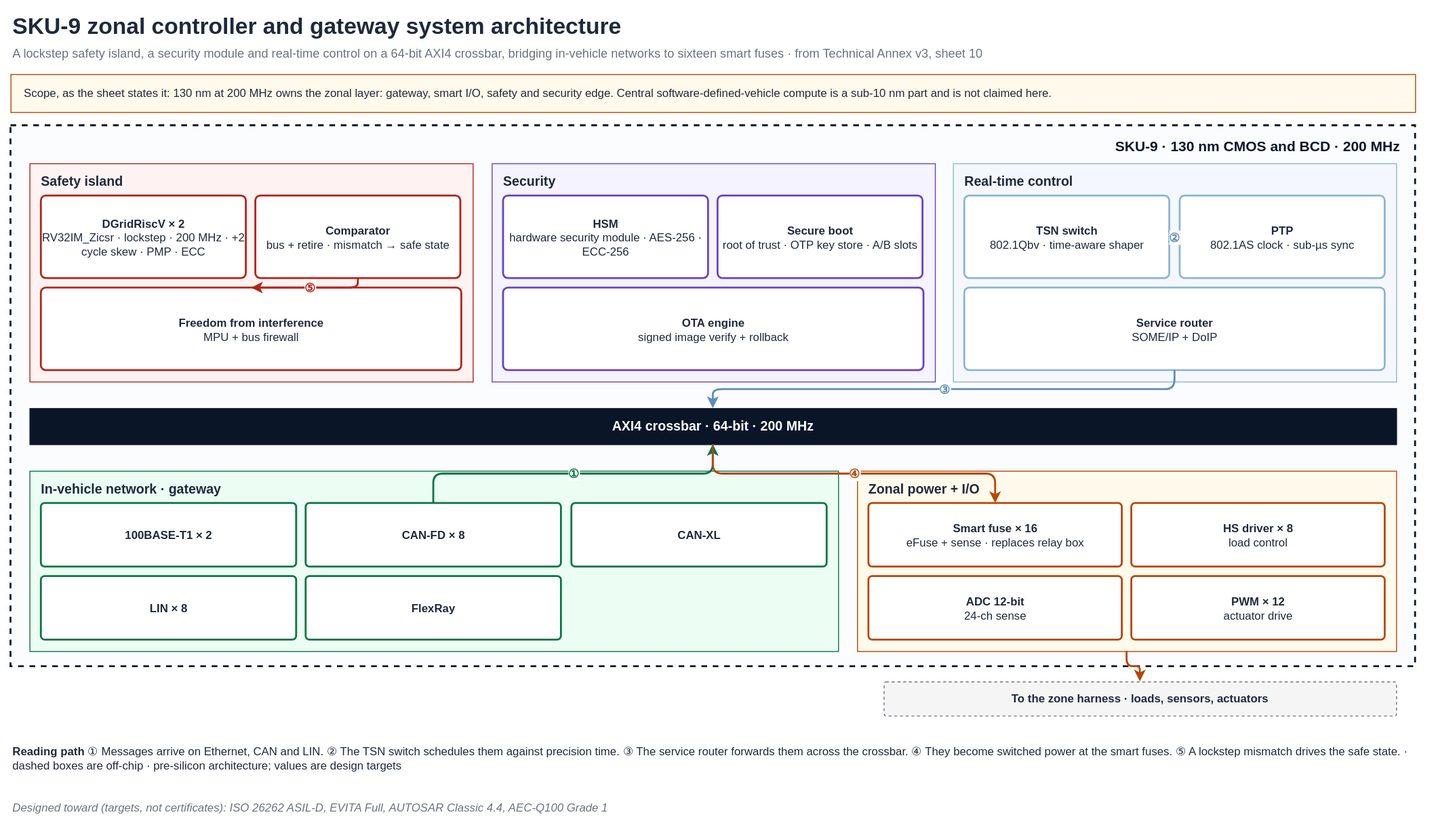
Earlier version of the draw.io export public/diagrams/sku-9-architecture.svg (shekerkamma/deepgrid-dr-silicon-v10). Source tidied: cells renumbered, new cells last; positions are measured from the earlier drawing's top-left corner, leaving out a move shared by most shapes. Its diagram source:
```xml
<mxGraphModel background="#FFFFFF">
  <root>
    <mxCell id="0" />
    <mxCell id="1" parent="0" />
    <mxCell id="2" value="SKU-9 zonal controller and gateway system architecture" style="text;html=1;align=left;verticalAlign=middle;whiteSpace=wrap;fontSize=24;fontColor=#1E293B;fontStyle=1;" parent="1" vertex="1">
      <mxGeometry width="1200" height="36" as="geometry" />
    </mxCell>
    <mxCell id="3" value="A lockstep safety island, a security module and real-time control on a 64-bit AXI4 crossbar, bridging in-vehicle networks to sixteen smart fuses · from Technical Annex v3, sheet 10" style="text;html=1;align=left;verticalAlign=middle;whiteSpace=wrap;fontSize=13;fontColor=#6B7280;" parent="1" vertex="1">
      <mxGeometry y="34" width="1480" height="24" as="geometry" />
    </mxCell>
    <mxCell id="4" value="SKU-9  ·  130 nm CMOS and BCD  ·  200 MHz" style="rounded=0;whiteSpace=wrap;html=1;fillColor=#FBFCFE;strokeColor=#0A1628;strokeWidth=2;dashed=1;verticalAlign=top;align=right;spacingRight=14;spacingTop=6;fontSize=15;fontStyle=1;fontColor=#0A1628;" parent="1" vertex="1">
      <mxGeometry y="122" width="1480" height="570" as="geometry" />
    </mxCell>
    <mxCell id="5" value="Scope, as the sheet states it: 130 nm at 200 MHz owns the zonal layer: gateway, smart I/O, safety and security edge. Central software-defined-vehicle compute is a sub-10 nm part and is not claimed here." style="rounded=0;whiteSpace=wrap;html=1;fillColor=#FFFAEB;strokeColor=#B54708;align=left;spacingLeft=12;fontSize=12;fontColor=#1E293B;" parent="1" vertex="1">
      <mxGeometry y="68" width="1480" height="40" as="geometry" />
    </mxCell>
    <mxCell id="6" value="Safety island" style="rounded=0;whiteSpace=wrap;html=1;fillColor=#FEF3F2;strokeColor=#B42318;verticalAlign=top;align=left;spacingLeft=10;spacingTop=4;fontSize=14;fontStyle=1;fontColor=#1E293B;" parent="1" vertex="1">
      <mxGeometry x="20" y="162" width="467" height="230" as="geometry" />
    </mxCell>
    <mxCell id="7" value="&lt;b&gt;DGridRiscV × 2&lt;/b&gt;&lt;br&gt;RV32IM_Zicsr · lockstep · 200 MHz · +2 cycle skew · PMP · ECC" style="rounded=1;whiteSpace=wrap;html=1;fillColor=#FFFFFF;strokeColor=#B42318;strokeWidth=2;fontSize=12;fontColor=#1E293B;arcSize=6;" parent="1" vertex="1">
      <mxGeometry x="32" y="196" width="216" height="87" as="geometry" />
    </mxCell>
    <mxCell id="8" value="&lt;b&gt;Comparator&lt;/b&gt;&lt;br&gt;bus + retire · mismatch → safe state" style="rounded=1;whiteSpace=wrap;html=1;fillColor=#FFFFFF;strokeColor=#B42318;strokeWidth=2;fontSize=12;fontColor=#1E293B;arcSize=6;" parent="1" vertex="1">
      <mxGeometry x="258" y="196" width="216" height="87" as="geometry" />
    </mxCell>
    <mxCell id="9" value="&lt;b&gt;Freedom from interference&lt;/b&gt;&lt;br&gt;MPU + bus firewall" style="rounded=1;whiteSpace=wrap;html=1;fillColor=#FFFFFF;strokeColor=#B42318;strokeWidth=2;fontSize=12;fontColor=#1E293B;arcSize=6;" parent="1" vertex="1">
      <mxGeometry x="32" y="293" width="443" height="87" as="geometry" />
    </mxCell>
    <mxCell id="10" value="Security" style="rounded=0;whiteSpace=wrap;html=1;fillColor=#F4F3FF;strokeColor=#6941C6;verticalAlign=top;align=left;spacingLeft=10;spacingTop=4;fontSize=14;fontStyle=1;fontColor=#1E293B;" parent="1" vertex="1">
      <mxGeometry x="507" y="162" width="467" height="230" as="geometry" />
    </mxCell>
    <mxCell id="11" value="&lt;b&gt;HSM&lt;/b&gt;&lt;br&gt;hardware security module · AES-256 · ECC-256" style="rounded=1;whiteSpace=wrap;html=1;fillColor=#FFFFFF;strokeColor=#6941C6;strokeWidth=2;fontSize=12;fontColor=#1E293B;arcSize=6;" parent="1" vertex="1">
      <mxGeometry x="519" y="196" width="216" height="87" as="geometry" />
    </mxCell>
    <mxCell id="12" value="&lt;b&gt;Secure boot&lt;/b&gt;&lt;br&gt;root of trust · OTP key store · A/B slots" style="rounded=1;whiteSpace=wrap;html=1;fillColor=#FFFFFF;strokeColor=#6941C6;strokeWidth=2;fontSize=12;fontColor=#1E293B;arcSize=6;" parent="1" vertex="1">
      <mxGeometry x="745" y="196" width="216" height="87" as="geometry" />
    </mxCell>
    <mxCell id="13" value="&lt;b&gt;OTA engine&lt;/b&gt;&lt;br&gt;signed image verify + rollback" style="rounded=1;whiteSpace=wrap;html=1;fillColor=#FFFFFF;strokeColor=#6941C6;strokeWidth=2;fontSize=12;fontColor=#1E293B;arcSize=6;" parent="1" vertex="1">
      <mxGeometry x="519" y="293" width="443" height="87" as="geometry" />
    </mxCell>
    <mxCell id="14" value="Real-time control" style="rounded=0;whiteSpace=wrap;html=1;fillColor=#F4F8FE;strokeColor=#8DB4D4;verticalAlign=top;align=left;spacingLeft=10;spacingTop=4;fontSize=14;fontStyle=1;fontColor=#1E293B;" parent="1" vertex="1">
      <mxGeometry x="993" y="162" width="467" height="230" as="geometry" />
    </mxCell>
    <mxCell id="15" value="&lt;b&gt;TSN switch&lt;/b&gt;&lt;br&gt;802.1Qbv · time-aware shaper" style="rounded=1;whiteSpace=wrap;html=1;fillColor=#FFFFFF;strokeColor=#8DB4D4;strokeWidth=2;fontSize=12;fontColor=#1E293B;arcSize=6;" parent="1" vertex="1">
      <mxGeometry x="1005" y="196" width="216" height="87" as="geometry" />
    </mxCell>
    <mxCell id="16" value="&lt;b&gt;PTP&lt;/b&gt;&lt;br&gt;802.1AS clock · sub-µs sync" style="rounded=1;whiteSpace=wrap;html=1;fillColor=#FFFFFF;strokeColor=#8DB4D4;strokeWidth=2;fontSize=12;fontColor=#1E293B;arcSize=6;" parent="1" vertex="1">
      <mxGeometry x="1232" y="196" width="216" height="87" as="geometry" />
    </mxCell>
    <mxCell id="17" value="&lt;b&gt;Service router&lt;/b&gt;&lt;br&gt;SOME/IP + DoIP" style="rounded=1;whiteSpace=wrap;html=1;fillColor=#FFFFFF;strokeColor=#8DB4D4;strokeWidth=2;fontSize=12;fontColor=#1E293B;arcSize=6;" parent="1" vertex="1">
      <mxGeometry x="1005" y="293" width="443" height="87" as="geometry" />
    </mxCell>
    <mxCell id="18" value="&lt;b&gt;AXI4 crossbar  ·  64-bit  ·  200 MHz&lt;/b&gt;" style="rounded=0;whiteSpace=wrap;html=1;fillColor=#0A1628;strokeColor=#0A1628;fontSize=14;fontColor=#FFFFFF;" parent="1" vertex="1">
      <mxGeometry x="20" y="420" width="1440" height="38" as="geometry" />
    </mxCell>
    <mxCell id="19" value="In-vehicle network · gateway" style="rounded=0;whiteSpace=wrap;html=1;fillColor=#ECFDF3;strokeColor=#067647;verticalAlign=top;align=left;spacingLeft=10;spacingTop=4;fontSize=14;fontStyle=1;fontColor=#1E293B;" parent="1" vertex="1">
      <mxGeometry x="20" y="486" width="852" height="190" as="geometry" />
    </mxCell>
    <mxCell id="20" value="&lt;b&gt;100BASE-T1 × 2&lt;/b&gt;" style="rounded=1;whiteSpace=wrap;html=1;fillColor=#FFFFFF;strokeColor=#067647;strokeWidth=2;fontSize=12;fontColor=#1E293B;arcSize=6;" parent="1" vertex="1">
      <mxGeometry x="32" y="520" width="269" height="67" as="geometry" />
    </mxCell>
    <mxCell id="21" value="&lt;b&gt;CAN-FD × 8&lt;/b&gt;" style="rounded=1;whiteSpace=wrap;html=1;fillColor=#FFFFFF;strokeColor=#067647;strokeWidth=2;fontSize=12;fontColor=#1E293B;arcSize=6;" parent="1" vertex="1">
      <mxGeometry x="311" y="520" width="269" height="67" as="geometry" />
    </mxCell>
    <mxCell id="22" value="&lt;b&gt;CAN-XL&lt;/b&gt;" style="rounded=1;whiteSpace=wrap;html=1;fillColor=#FFFFFF;strokeColor=#067647;strokeWidth=2;fontSize=12;fontColor=#1E293B;arcSize=6;" parent="1" vertex="1">
      <mxGeometry x="591" y="520" width="269" height="67" as="geometry" />
    </mxCell>
    <mxCell id="23" value="&lt;b&gt;LIN × 8&lt;/b&gt;" style="rounded=1;whiteSpace=wrap;html=1;fillColor=#FFFFFF;strokeColor=#067647;strokeWidth=2;fontSize=12;fontColor=#1E293B;arcSize=6;" parent="1" vertex="1">
      <mxGeometry x="32" y="597" width="269" height="67" as="geometry" />
    </mxCell>
    <mxCell id="24" value="&lt;b&gt;FlexRay&lt;/b&gt;" style="rounded=1;whiteSpace=wrap;html=1;fillColor=#FFFFFF;strokeColor=#067647;strokeWidth=2;fontSize=12;fontColor=#1E293B;arcSize=6;" parent="1" vertex="1">
      <mxGeometry x="311" y="597" width="269" height="67" as="geometry" />
    </mxCell>
    <mxCell id="25" value="Zonal power + I/O" style="rounded=0;whiteSpace=wrap;html=1;fillColor=#FFFAEB;strokeColor=#B54708;verticalAlign=top;align=left;spacingLeft=10;spacingTop=4;fontSize=14;fontStyle=1;fontColor=#1E293B;" parent="1" vertex="1">
      <mxGeometry x="892" y="486" width="568" height="190" as="geometry" />
    </mxCell>
    <mxCell id="26" value="&lt;b&gt;Smart fuse × 16&lt;/b&gt;&lt;br&gt;eFuse + sense · replaces relay box" style="rounded=1;whiteSpace=wrap;html=1;fillColor=#FFFFFF;strokeColor=#B54708;strokeWidth=2;fontSize=12;fontColor=#1E293B;arcSize=6;" parent="1" vertex="1">
      <mxGeometry x="904" y="520" width="267" height="67" as="geometry" />
    </mxCell>
    <mxCell id="27" value="&lt;b&gt;HS driver × 8&lt;/b&gt;&lt;br&gt;load control" style="rounded=1;whiteSpace=wrap;html=1;fillColor=#FFFFFF;strokeColor=#B54708;strokeWidth=2;fontSize=12;fontColor=#1E293B;arcSize=6;" parent="1" vertex="1">
      <mxGeometry x="1181" y="520" width="267" height="67" as="geometry" />
    </mxCell>
    <mxCell id="28" value="&lt;b&gt;ADC 12-bit&lt;/b&gt;&lt;br&gt;24-ch sense" style="rounded=1;whiteSpace=wrap;html=1;fillColor=#FFFFFF;strokeColor=#B54708;strokeWidth=2;fontSize=12;fontColor=#1E293B;arcSize=6;" parent="1" vertex="1">
      <mxGeometry x="904" y="597" width="267" height="67" as="geometry" />
    </mxCell>
    <mxCell id="29" value="&lt;b&gt;PWM × 12&lt;/b&gt;&lt;br&gt;actuator drive" style="rounded=1;whiteSpace=wrap;html=1;fillColor=#FFFFFF;strokeColor=#B54708;strokeWidth=2;fontSize=12;fontColor=#1E293B;arcSize=6;" parent="1" vertex="1">
      <mxGeometry x="1181" y="597" width="267" height="67" as="geometry" />
    </mxCell>
    <mxCell id="30" value="&lt;b&gt;To the zone harness · loads, sensors, actuators&lt;/b&gt;" style="rounded=1;whiteSpace=wrap;html=1;fillColor=#F5F5F5;strokeColor=#6B7280;dashed=1;fontSize=12;fontColor=#1E293B;arcSize=6;" parent="1" vertex="1">
      <mxGeometry x="920" y="708" width="540" height="36" as="geometry" />
    </mxCell>
    <mxCell id="31" value="①" style="edgeStyle=orthogonalEdgeStyle;rounded=1;html=1;strokeColor=#067647;strokeWidth=2;fontSize=13;fontStyle=1;fontColor=#067647;labelBackgroundColor=#FFFFFF;" parent="1" edge="1" source="21" target="18">
      <mxGeometry relative="1" as="geometry" />
    </mxCell>
    <mxCell id="32" value="②" style="edgeStyle=orthogonalEdgeStyle;rounded=1;html=1;strokeColor=#5B8DB8;strokeWidth=2;fontSize=13;fontStyle=1;fontColor=#5B8DB8;labelBackgroundColor=#FFFFFF;" parent="1" edge="1" source="15" target="16">
      <mxGeometry relative="1" as="geometry" />
    </mxCell>
    <mxCell id="33" value="③" style="edgeStyle=orthogonalEdgeStyle;rounded=1;html=1;strokeColor=#5B8DB8;strokeWidth=2;fontSize=13;fontStyle=1;fontColor=#5B8DB8;labelBackgroundColor=#FFFFFF;" parent="1" edge="1" source="17" target="18">
      <mxGeometry relative="1" as="geometry" />
    </mxCell>
    <mxCell id="34" value="④" style="edgeStyle=orthogonalEdgeStyle;rounded=1;html=1;strokeColor=#B54708;strokeWidth=2;fontSize=13;fontStyle=1;fontColor=#B54708;labelBackgroundColor=#FFFFFF;" parent="1" edge="1" source="18" target="26">
      <mxGeometry relative="1" as="geometry" />
    </mxCell>
    <mxCell id="35" style="edgeStyle=orthogonalEdgeStyle;rounded=1;html=1;strokeColor=#B54708;strokeWidth=2;fontSize=13;fontStyle=1;fontColor=#B54708;labelBackgroundColor=#FFFFFF;" parent="1" edge="1" source="25" target="30">
      <mxGeometry relative="1" as="geometry" />
    </mxCell>
    <mxCell id="36" value="⑤" style="edgeStyle=orthogonalEdgeStyle;rounded=1;html=1;strokeColor=#B42318;strokeWidth=2;fontSize=13;fontStyle=1;fontColor=#B42318;labelBackgroundColor=#FFFFFF;" parent="1" edge="1" source="8" target="9">
      <mxGeometry relative="1" as="geometry" />
    </mxCell>
    <mxCell id="37" value="&lt;b&gt;Reading path&lt;/b&gt;   ①  Messages arrive on Ethernet, CAN and LIN.   ②  The TSN switch schedules them against precision time.   ③  The service router forwards them across the crossbar.   ④  They become switched power at the smart fuses.   ⑤  A lockstep mismatch drives the safe state.   ·   dashed boxes are off-chip   ·   pre-silicon architecture; values are design targets" style="text;html=1;align=left;verticalAlign=middle;whiteSpace=wrap;fontSize=12;fontColor=#1E293B;" parent="1" vertex="1">
      <mxGeometry y="760" width="1480" height="58" as="geometry" />
    </mxCell>
    <mxCell id="38" value="Designed toward (targets, not certificates): ISO 26262 ASIL-D, EVITA Full, AUTOSAR Classic 4.4, AEC-Q100 Grade 1" style="text;html=1;align=left;verticalAlign=middle;whiteSpace=wrap;fontSize=12;fontColor=#6B7280;fontStyle=2;" parent="1" vertex="1">
      <mxGeometry y="830" width="1480" height="22" as="geometry" />
    </mxCell>
  </root>
</mxGraphModel>
```
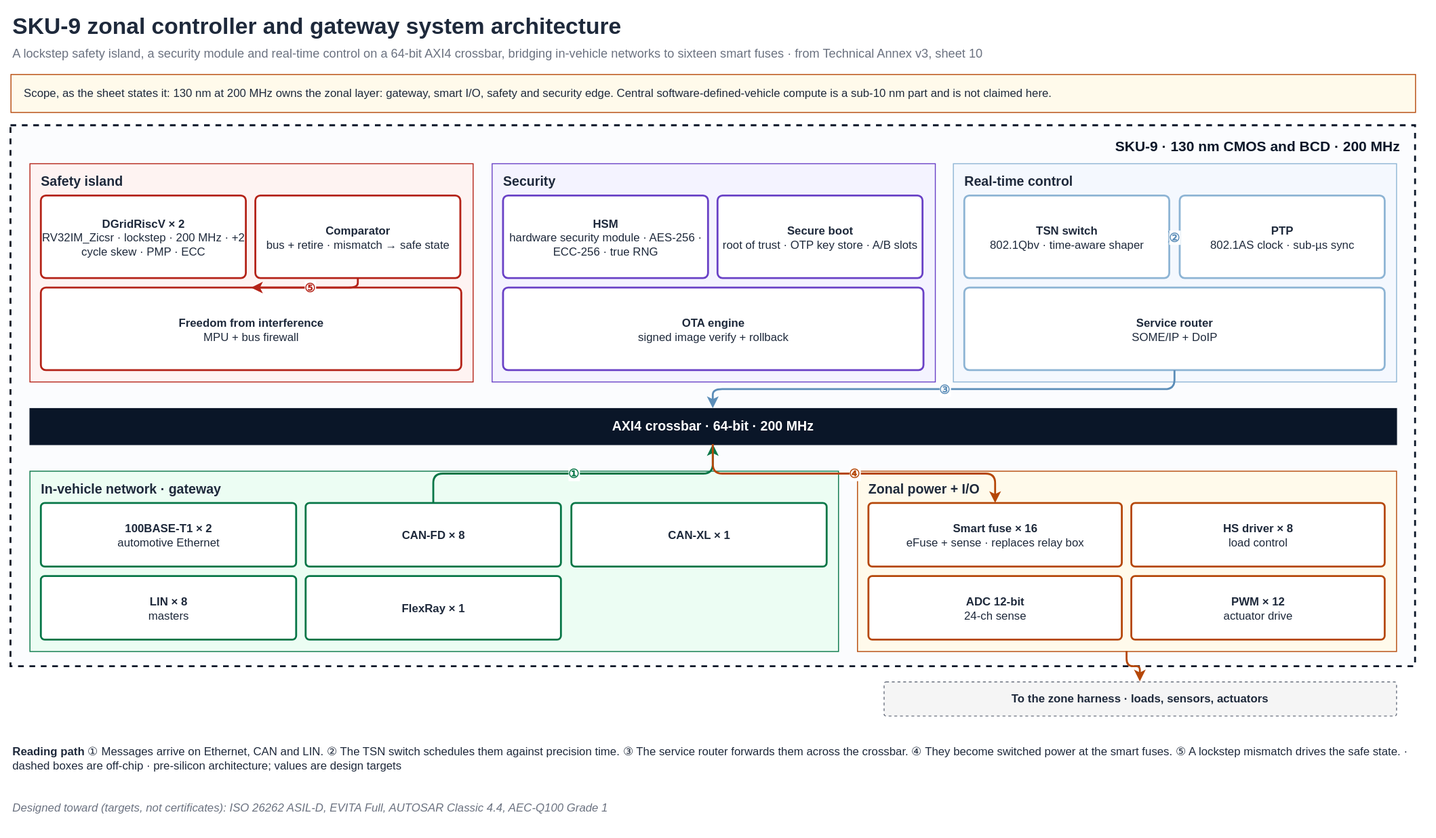
The same file after the commit.

Change to the diagram source:
```diff
@@ -29,7 +29,7 @@
     <mxCell id="10" value="Security" style="rounded=0;whiteSpace=wrap;html=1;fillColor=#F4F3FF;strokeColor=#6941C6;verticalAlign=top;align=left;spacingLeft=10;spacingTop=4;fontSize=14;fontStyle=1;fontColor=#1E293B;" parent="1" vertex="1">
       <mxGeometry x="507" y="162" width="467" height="230" as="geometry" />
     </mxCell>
-    <mxCell id="11" value="&lt;b&gt;HSM&lt;/b&gt;&lt;br&gt;hardware security module · AES-256 · ECC-256" style="rounded=1;whiteSpace=wrap;html=1;fillColor=#FFFFFF;strokeColor=#6941C6;strokeWidth=2;fontSize=12;fontColor=#1E293B;arcSize=6;" parent="1" vertex="1">
+    <mxCell id="11" value="&lt;b&gt;HSM&lt;/b&gt;&lt;br&gt;hardware security module · AES-256 · ECC-256 · true RNG" style="rounded=1;whiteSpace=wrap;html=1;fillColor=#FFFFFF;strokeColor=#6941C6;strokeWidth=2;fontSize=12;fontColor=#1E293B;arcSize=6;" parent="1" vertex="1">
       <mxGeometry x="519" y="196" width="216" height="87" as="geometry" />
     </mxCell>
     <mxCell id="12" value="&lt;b&gt;Secure boot&lt;/b&gt;&lt;br&gt;root of trust · OTP key store · A/B slots" style="rounded=1;whiteSpace=wrap;html=1;fillColor=#FFFFFF;strokeColor=#6941C6;strokeWidth=2;fontSize=12;fontColor=#1E293B;arcSize=6;" parent="1" vertex="1">
@@ -56,19 +56,19 @@
     <mxCell id="19" value="In-vehicle network · gateway" style="rounded=0;whiteSpace=wrap;html=1;fillColor=#ECFDF3;strokeColor=#067647;verticalAlign=top;align=left;spacingLeft=10;spacingTop=4;fontSize=14;fontStyle=1;fontColor=#1E293B;" parent="1" vertex="1">
       <mxGeometry x="20" y="486" width="852" height="190" as="geometry" />
     </mxCell>
-    <mxCell id="20" value="&lt;b&gt;100BASE-T1 × 2&lt;/b&gt;" style="rounded=1;whiteSpace=wrap;html=1;fillColor=#FFFFFF;strokeColor=#067647;strokeWidth=2;fontSize=12;fontColor=#1E293B;arcSize=6;" parent="1" vertex="1">
+    <mxCell id="20" value="&lt;b&gt;100BASE-T1 × 2&lt;/b&gt;&lt;br&gt;automotive Ethernet" style="rounded=1;whiteSpace=wrap;html=1;fillColor=#FFFFFF;strokeColor=#067647;strokeWidth=2;fontSize=12;fontColor=#1E293B;arcSize=6;" parent="1" vertex="1">
       <mxGeometry x="32" y="520" width="269" height="67" as="geometry" />
     </mxCell>
     <mxCell id="21" value="&lt;b&gt;CAN-FD × 8&lt;/b&gt;" style="rounded=1;whiteSpace=wrap;html=1;fillColor=#FFFFFF;strokeColor=#067647;strokeWidth=2;fontSize=12;fontColor=#1E293B;arcSize=6;" parent="1" vertex="1">
       <mxGeometry x="311" y="520" width="269" height="67" as="geometry" />
     </mxCell>
-    <mxCell id="22" value="&lt;b&gt;CAN-XL&lt;/b&gt;" style="rounded=1;whiteSpace=wrap;html=1;fillColor=#FFFFFF;strokeColor=#067647;strokeWidth=2;fontSize=12;fontColor=#1E293B;arcSize=6;" parent="1" vertex="1">
+    <mxCell id="22" value="&lt;b&gt;CAN-XL × 1&lt;/b&gt;" style="rounded=1;whiteSpace=wrap;html=1;fillColor=#FFFFFF;strokeColor=#067647;strokeWidth=2;fontSize=12;fontColor=#1E293B;arcSize=6;" parent="1" vertex="1">
       <mxGeometry x="591" y="520" width="269" height="67" as="geometry" />
     </mxCell>
-    <mxCell id="23" value="&lt;b&gt;LIN × 8&lt;/b&gt;" style="rounded=1;whiteSpace=wrap;html=1;fillColor=#FFFFFF;strokeColor=#067647;strokeWidth=2;fontSize=12;fontColor=#1E293B;arcSize=6;" parent="1" vertex="1">
+    <mxCell id="23" value="&lt;b&gt;LIN × 8&lt;/b&gt;&lt;br&gt;masters" style="rounded=1;whiteSpace=wrap;html=1;fillColor=#FFFFFF;strokeColor=#067647;strokeWidth=2;fontSize=12;fontColor=#1E293B;arcSize=6;" parent="1" vertex="1">
       <mxGeometry x="32" y="597" width="269" height="67" as="geometry" />
     </mxCell>
-    <mxCell id="24" value="&lt;b&gt;FlexRay&lt;/b&gt;" style="rounded=1;whiteSpace=wrap;html=1;fillColor=#FFFFFF;strokeColor=#067647;strokeWidth=2;fontSize=12;fontColor=#1E293B;arcSize=6;" parent="1" vertex="1">
+    <mxCell id="24" value="&lt;b&gt;FlexRay × 1&lt;/b&gt;" style="rounded=1;whiteSpace=wrap;html=1;fillColor=#FFFFFF;strokeColor=#067647;strokeWidth=2;fontSize=12;fontColor=#1E293B;arcSize=6;" parent="1" vertex="1">
       <mxGeometry x="311" y="597" width="269" height="67" as="geometry" />
     </mxCell>
     <mxCell id="25" value="Zonal power + I/O" style="rounded=0;whiteSpace=wrap;html=1;fillColor=#FFFAEB;strokeColor=#B54708;verticalAlign=top;align=left;spacingLeft=10;spacingTop=4;fontSize=14;fontStyle=1;fontColor=#1E293B;" parent="1" vertex="1">
```
